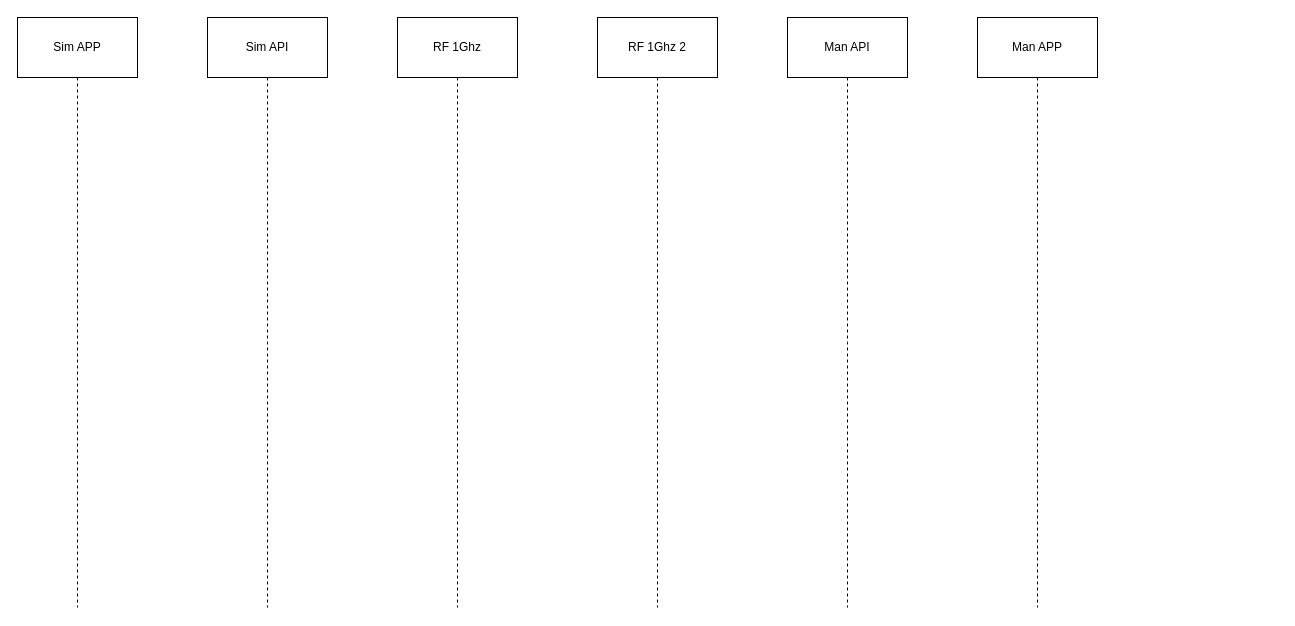
The draw.io diagram docs/diagrams/CreateNewFire.drawio in saya-rbt/firecloud-monitor, before the edit. Source tidied: cells renumbered, new cells numbered last; positions are measured from the earlier drawing's top-left corner, leaving out a move shared by most shapes. Both pictures are drawn from the tidied source at 100%, with x=0, y=0 at pixel (17, 17).
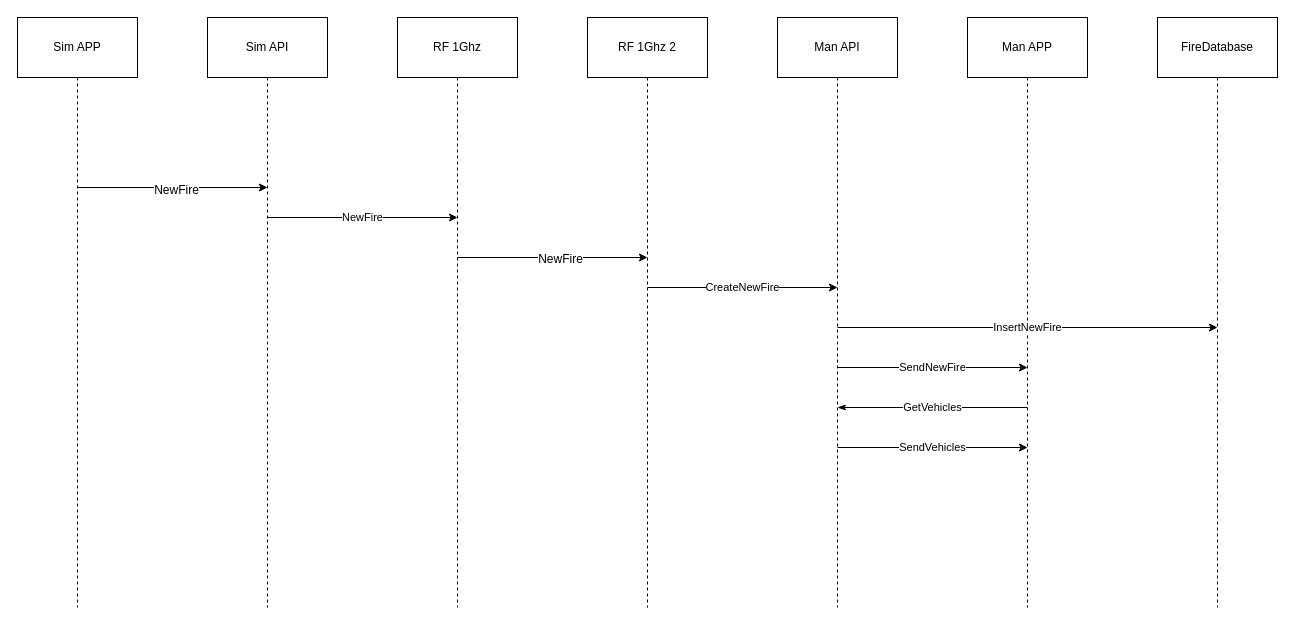
The same diagram, later.

Commit message (it also covers changes not shown here):
Add new updateFire diagram and update CreateNewFire

What changed in the source:
```diff
@@
     <mxCell id="8" style="edgeStyle=orthogonalEdgeStyle;rounded=0;jettySize=auto;html=1;dashed=1;endArrow=none;endFill=0;" parent="1" edge="1" source="9">
       <mxGeometry relative="1" as="geometry">
-        <mxPoint x="640" y="590" as="targetPoint" />
+        <mxPoint x="630" y="590" as="targetPoint" />
       </mxGeometry>
     </mxCell>
     <mxCell id="9" value="RF 1Ghz 2" style="rounded=0;whiteSpace=wrap;html=1;" parent="1" vertex="1">
-      <mxGeometry x="580" width="120" height="60" as="geometry" />
+      <mxGeometry x="570" width="120" height="60" as="geometry" />
     </mxCell>
     <mxCell id="10" style="edgeStyle=orthogonalEdgeStyle;rounded=0;jettySize=auto;html=1;dashed=1;endArrow=none;endFill=0;" parent="1" edge="1" source="11">
       <mxGeometry relative="1" as="geometry">
-        <mxPoint x="830" y="590" as="targetPoint" />
+        <mxPoint x="820" y="590" as="targetPoint" />
       </mxGeometry>
     </mxCell>
     <mxCell id="11" value="Man API" style="rounded=0;whiteSpace=wrap;html=1;" parent="1" vertex="1">
-      <mxGeometry x="770" width="120" height="60" as="geometry" />
+      <mxGeometry x="760" width="120" height="60" as="geometry" />
     </mxCell>
     <mxCell id="12" style="edgeStyle=orthogonalEdgeStyle;rounded=0;jettySize=auto;html=1;dashed=1;endArrow=none;endFill=0;" parent="1" edge="1" source="13">
       <mxGeometry relative="1" as="geometry">
-        <mxPoint x="1020" y="590" as="targetPoint" />
+        <mxPoint x="1010" y="590" as="targetPoint" />
       </mxGeometry>
     </mxCell>
     <mxCell id="13" value="Man APP" style="rounded=0;whiteSpace=wrap;html=1;" parent="1" vertex="1">
-      <mxGeometry x="960" width="120" height="60" as="geometry" />
+      <mxGeometry x="950" width="120" height="60" as="geometry" />
     </mxCell>
+    <mxCell id="14" style="endArrow=classic;html=1;" parent="1" edge="1">
+      <mxGeometry relative="1" as="geometry">
+        <mxPoint x="60" y="170" as="sourcePoint" />
+        <mxPoint x="250" y="170" as="targetPoint" />
+      </mxGeometry>
+    </mxCell>
+    <mxCell id="15" value="NewFire" style="text;html=1;align=center;verticalAlign=middle;labelBackgroundColor=#ffffff;" parent="14" vertex="1">
+      <mxGeometry x="0.03" y="-2" relative="1" as="geometry" />
+    </mxCell>
+    <mxCell id="16" value="NewFire" style="endArrow=classic;html=1;" parent="1" edge="1">
+      <mxGeometry relative="1" as="geometry">
+        <mxPoint x="250" y="200" as="sourcePoint" />
+        <mxPoint x="440" y="200" as="targetPoint" />
+      </mxGeometry>
+    </mxCell>
+    <mxCell id="17" style="endArrow=classic;html=1;" parent="1" edge="1">
+      <mxGeometry relative="1" as="geometry">
+        <mxPoint x="440" y="240" as="sourcePoint" />
+        <mxPoint x="630" y="240" as="targetPoint" />
+      </mxGeometry>
+    </mxCell>
+    <mxCell id="18" value="NewFire" style="text;html=1;align=center;verticalAlign=middle;labelBackgroundColor=#ffffff;" parent="17" vertex="1">
+      <mxGeometry x="0.07" y="-1" relative="1" as="geometry" />
+    </mxCell>
+    <mxCell id="19" value="CreateNewFire" style="endArrow=classic;html=1;" parent="1" edge="1">
+      <mxGeometry relative="1" as="geometry">
+        <mxPoint x="630" y="270" as="sourcePoint" />
+        <mxPoint x="820" y="270" as="targetPoint" />
+      </mxGeometry>
+    </mxCell>
+    <mxCell id="20" value="InsertNewFire" style="endArrow=classic;html=1;jumpStyle=arc;jumpSize=10;" parent="1" edge="1">
+      <mxGeometry relative="1" as="geometry">
+        <mxPoint x="820" y="310" as="sourcePoint" />
+        <mxPoint x="1200" y="310" as="targetPoint" />
+      </mxGeometry>
+    </mxCell>
+    <mxCell id="21" style="edgeStyle=orthogonalEdgeStyle;rounded=0;jettySize=auto;html=1;dashed=1;endArrow=none;endFill=0;" parent="1" edge="1" source="22">
+      <mxGeometry relative="1" as="geometry">
+        <mxPoint x="1200" y="590" as="targetPoint" />
+      </mxGeometry>
+    </mxCell>
+    <mxCell id="22" value="FireDatabase" style="rounded=0;whiteSpace=wrap;html=1;" parent="1" vertex="1">
+      <mxGeometry x="1140" width="120" height="60" as="geometry" />
+    </mxCell>
+    <mxCell id="23" value="SendNewFire" style="endArrow=classic;html=1;" parent="1" edge="1">
+      <mxGeometry relative="1" as="geometry">
+        <mxPoint x="820" y="350" as="sourcePoint" />
+        <mxPoint x="1010" y="350" as="targetPoint" />
+      </mxGeometry>
+    </mxCell>
+    <mxCell id="24" value="GetVehicles" style="endArrow=none;html=1;startArrow=classicThin;startFill=1;endFill=0;" parent="1" edge="1">
+      <mxGeometry relative="1" as="geometry">
+        <mxPoint x="820" y="390" as="sourcePoint" />
+        <mxPoint x="1010" y="390" as="targetPoint" />
+      </mxGeometry>
+    </mxCell>
+    <mxCell id="25" value="SendVehicles" style="endArrow=classic;html=1;" parent="1" edge="1">
+      <mxGeometry relative="1" as="geometry">
+        <mxPoint x="820" y="430" as="sourcePoint" />
+        <mxPoint x="1010" y="430" as="targetPoint" />
+      </mxGeometry>
+    </mxCell>
```
